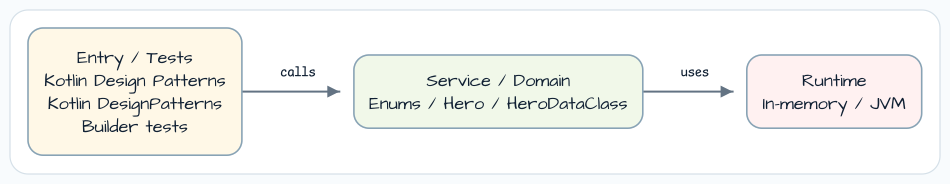
Before: docs/images/readme-diagrams/kotlin-design-patterns-src-main-kotlin-io-bluetape4k-workshop-kotlin-designpatterns-builder-readme-architecture-01.png, a diagram exported from Graphviz (bluetape4k/bluetape4k-workshop). Its source is kept beside it as docs/images/readme-diagrams/kotlin-design-patterns-src-main-kotlin-io-bluetape4k-workshop-kotlin-designpatterns-builder-readme-architecture-01.dot. Source of this version:
```dot
digraph G {
  graph [
    rankdir=LR,
    bgcolor="white",
    pad="0.35",
    nodesep="0.55",
    ranksep="0.75",
    splines=ortho,
    outputorder=edgesfirst
  ];
  node [
    shape=box,
    style="rounded,filled",
    penwidth=1.4,
    color="#88A3B5",
    fillcolor="#F6FAFF",
    fontname="Architects Daughter",
    fontsize=14,
    margin="0.14,0.10"
  ];
  edge [
    color="#637383",
    arrowsize=0.8,
    penwidth=1.5,
    fontname="Comic Mono",
    fontsize=11
  ];

  entry [label="Entry / Tests\nKotlin Design Patterns\nKotlin DesignPatterns\nBuilder tests", fillcolor="#FFF8E7"];
  service [label="Service / Domain\nEnums / Hero / HeroDataClass", fillcolor="#F1F8E9"];
  runtime [label="Runtime\nIn-memory / JVM", fillcolor="#FFF1F1"];

  entry -> service [label="calls"];
  service -> runtime [label="uses"];
}
```
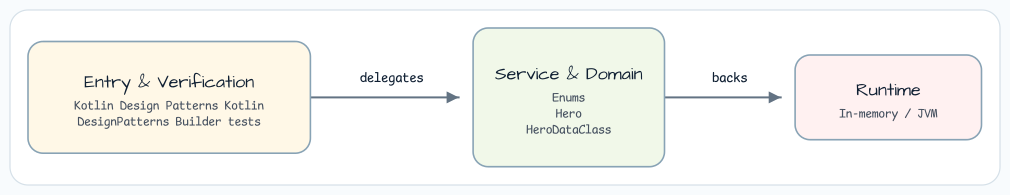
After the change.

The edit, as a diff of the source:
```diff
@@ -3,8 +3,8 @@
     rankdir=LR,
     bgcolor="white",
     pad="0.35",
-    nodesep="0.55",
-    ranksep="0.75",
+    nodesep="0.70",
+    ranksep="0.95",
     splines=ortho,
     outputorder=edgesfirst
   ];
@@ -16,7 +16,7 @@
     fillcolor="#F6FAFF",
     fontname="Architects Daughter",
     fontsize=14,
-    margin="0.14,0.10"
+    margin="0.20,0.16"
   ];
   edge [
     color="#637383",
@@ -26,10 +26,10 @@
     fontsize=11
   ];
 
-  entry [label="Entry / Tests\nKotlin Design Patterns\nKotlin DesignPatterns\nBuilder tests", fillcolor="#FFF8E7"];
-  service [label="Service / Domain\nEnums / Hero / HeroDataClass", fillcolor="#F1F8E9"];
+  entry [label="Entry & Verification\nKotlin Design Patterns Kotlin\nDesignPatterns Builder tests", fillcolor="#FFF8E7"];
+  service [label="Service & Domain\nEnums\nHero\nHeroDataClass", fillcolor="#F1F8E9"];
   runtime [label="Runtime\nIn-memory / JVM", fillcolor="#FFF1F1"];
 
-  entry -> service [label="calls"];
-  service -> runtime [label="uses"];
+  entry -> service [label="delegates"];
+  service -> runtime [label="backs"];
 }
```
